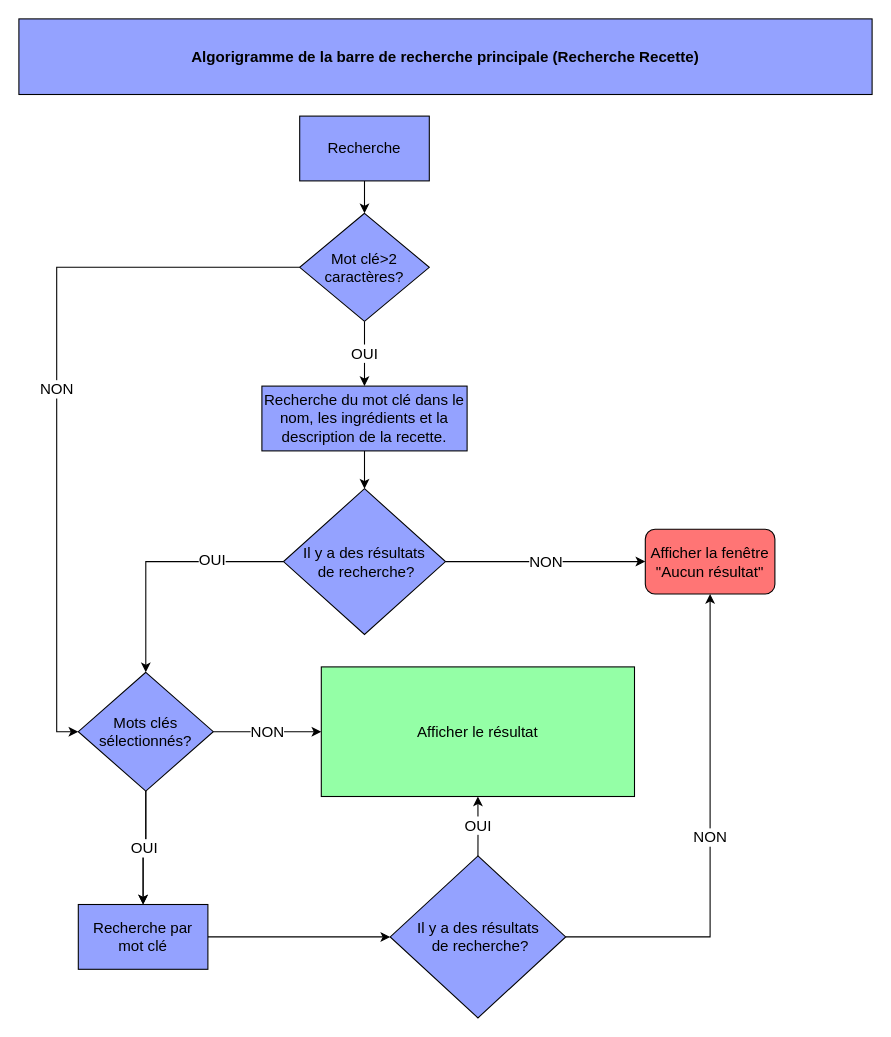
Before: Диаграмма без названия.drawio in daniielkondratiuk/daniielkondratiuk_7_22082022, a draw.io diagram. Source tidied: cells renumbered, new cells numbered last; positions are measured from the earlier drawing's top-left corner, leaving out a move shared by most shapes. Both pictures are drawn from the tidied source at 108%, with x=0, y=0 at pixel (18, 18).
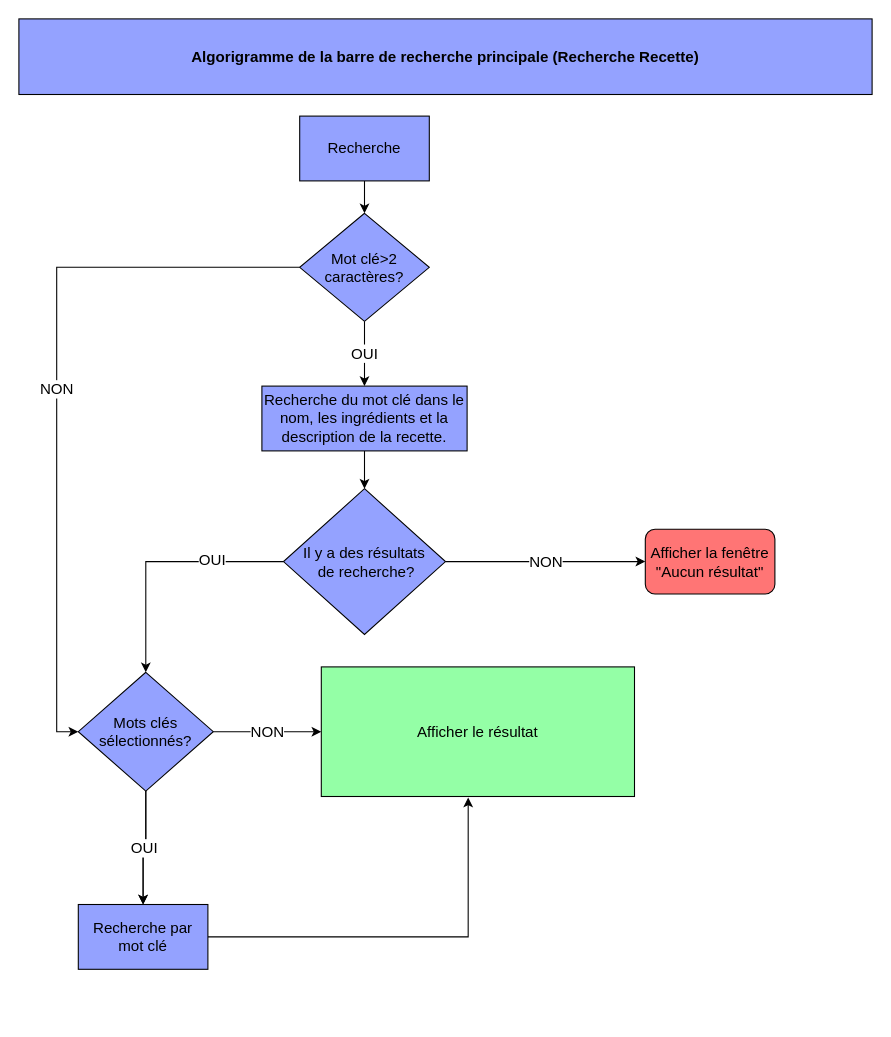
Above is the later version.

Unchanged cells that the change refers to:
```xml
<mxCell id="14" value="Afficher la fenêtre &quot;Aucun résultat&quot;" style="rounded=1;whiteSpace=wrap;html=1;fontSize=14;fillColor=#FF7575;" parent="1" vertex="1">
  <mxGeometry x="580" y="472.5" width="120" height="60" as="geometry" />
</mxCell>
<mxCell id="20" value="Recherche par mot clé" style="whiteSpace=wrap;html=1;fontSize=14;fillColor=#94A2FF;rounded=0;" parent="1" vertex="1">
  <mxGeometry x="55" y="820" width="120" height="60" as="geometry" />
</mxCell>
<mxCell id="24" value="Afficher le résultat" style="whiteSpace=wrap;html=1;fontSize=14;fillColor=#94FFA6;rounded=0;" parent="1" vertex="1">
  <mxGeometry x="280" y="600" width="290" height="120" as="geometry" />
</mxCell>
```

Change to the diagram source:
```diff
@@
-    <mxCell id="19" style="edgeStyle=orthogonalEdgeStyle;rounded=0;jettySize=auto;html=1;fontSize=14;" parent="1" edge="1" source="20" target="23">
-      <mxGeometry relative="1" as="geometry" />
-    </mxCell>
+    <mxCell id="25" style="edgeStyle=orthogonalEdgeStyle;rounded=0;jettySize=auto;html=1;exitX=1;exitY=0.5;exitDx=0;exitDy=0;entryX=0.469;entryY=1.008;entryDx=0;entryDy=0;entryPerimeter=0;" parent="1" edge="1" source="20" target="24">
+      <mxGeometry relative="1" as="geometry" />
+    </mxCell>
@@
-    <mxCell id="21" value="NON" style="edgeStyle=orthogonalEdgeStyle;rounded=0;jettySize=auto;html=1;exitX=1;exitY=0.5;exitDx=0;exitDy=0;fontSize=14;entryX=0.5;entryY=1;entryDx=0;entryDy=0;" parent="1" edge="1" source="23" target="14">
-      <mxGeometry relative="1" as="geometry" />
-    </mxCell>
-    <mxCell id="22" value="OUI" style="edgeStyle=orthogonalEdgeStyle;rounded=0;jettySize=auto;html=1;exitX=0.5;exitY=0;exitDx=0;exitDy=0;entryX=0.5;entryY=1;entryDx=0;entryDy=0;fontSize=14;" parent="1" edge="1" source="23" target="24">
-      <mxGeometry relative="1" as="geometry" />
-    </mxCell>
-    <mxCell id="23" value="Il y a des résultats&lt;br&gt;&amp;nbsp;de recherche?" style="rhombus;whiteSpace=wrap;html=1;fontSize=14;fillColor=#94A2FF;rounded=0;" parent="1" vertex="1">
-      <mxGeometry x="343.8" y="775" width="162.5" height="150" as="geometry" />
-    </mxCell>
```
